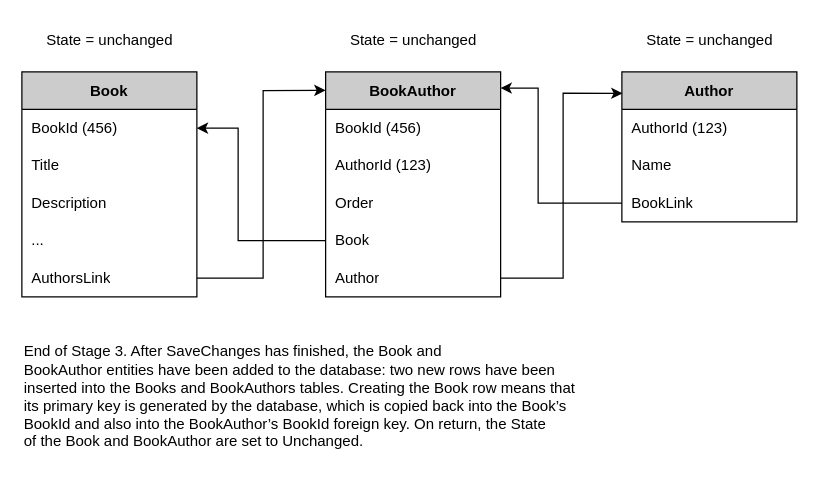
huyurt/book-summary keeps this draw.io diagram as entity-framework-core-in-action/diagrams/06_03_state_stage_3.drawio. Above is the earlier version. Source tidied: cells renumbered, new cells numbered last; positions are measured from the earlier drawing's top-left corner, leaving out a move shared by most shapes. Both pictures are drawn from the tidied source at 125%, with x=0, y=0 at pixel (21, 21).
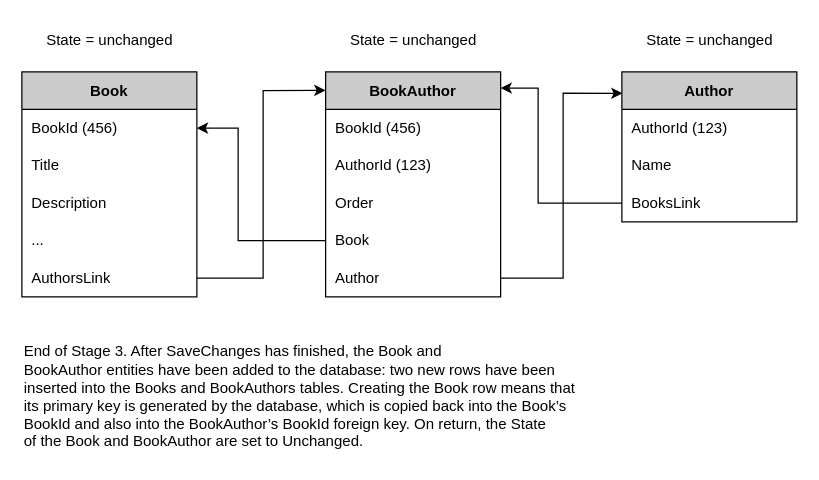
The same diagram, later.

Unchanged cells that the change refers to:
```xml
<mxCell id="29" style="shape=tableRow;horizontal=0;startSize=0;swimlaneHead=0;swimlaneBody=0;top=0;left=0;bottom=0;right=0;fillColor=none;points=[[0,0.5],[1,0.5]];portConstraint=eastwest;" parent="24" vertex="1">
  <mxGeometry y="90" width="140" height="30" as="geometry" />
</mxCell>
```

Diff of the diagram source:
```diff
@@
-    <mxCell id="30" value="BookLink" style="shape=partialRectangle;html=1;whiteSpace=wrap;fillColor=none;top=0;left=0;bottom=0;right=0;align=left;spacingLeft=6;overflow=hidden;" parent="29" vertex="1">
+    <mxCell id="30" value="BooksLink" style="shape=partialRectangle;html=1;whiteSpace=wrap;fillColor=none;top=0;left=0;bottom=0;right=0;align=left;spacingLeft=6;overflow=hidden;" parent="29" vertex="1">
       <mxGeometry width="140" height="30" as="geometry" />
     </mxCell>
```
